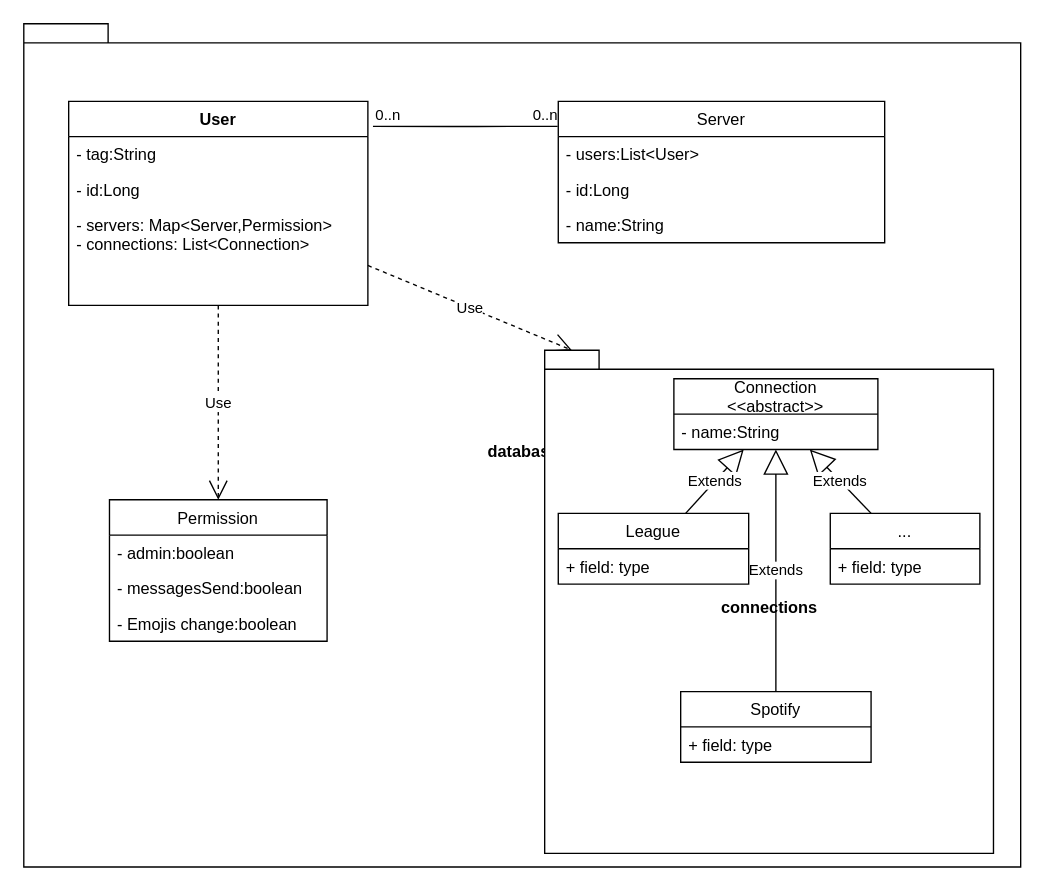
Above: documents/database/data.drawio in Sowasvonbot/CDB (draw.io), before the change. Source tidied: cells renumbered, new cells numbered last; positions are measured from the earlier drawing's top-left corner, leaving out a move shared by most shapes. Both pictures are drawn from the tidied source at 136%, with x=0, y=0 at pixel (23, 23).
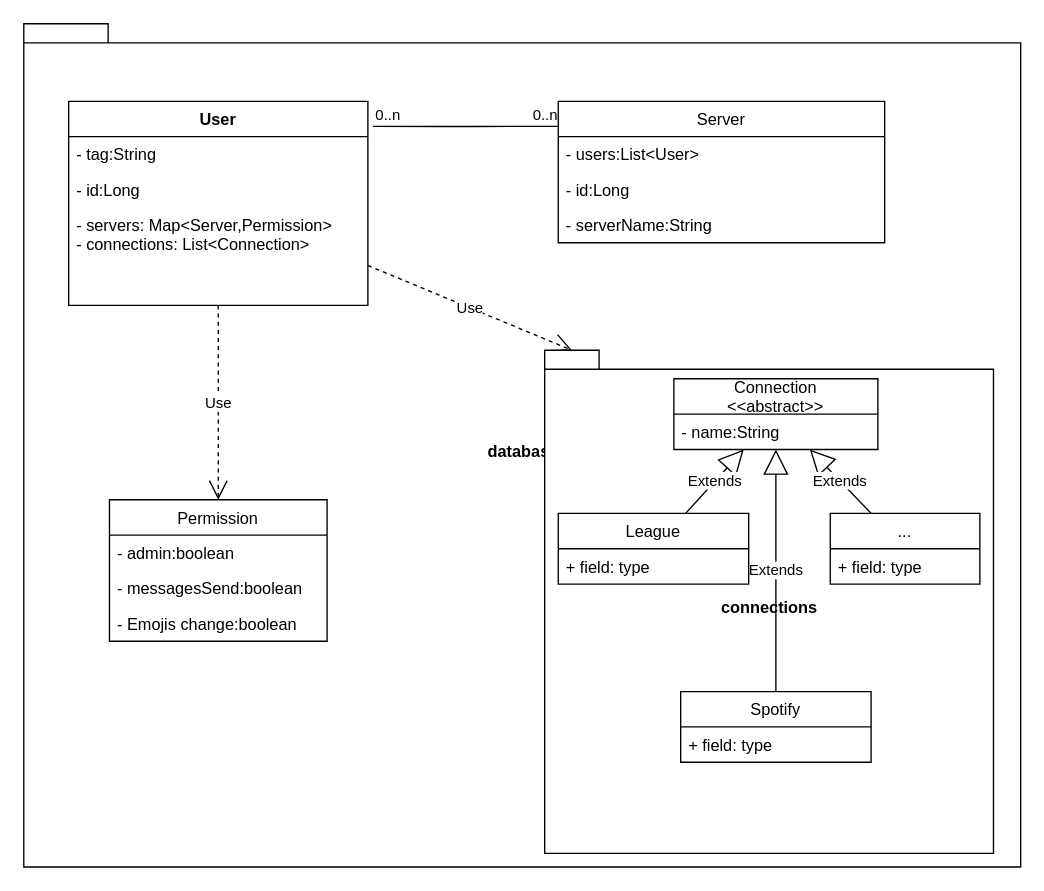
Above is the later version.

Unchanged cells that the change refers to:
```xml
<mxCell id="16" value="Server" style="swimlane;fontStyle=0;horizontal=1;startSize=26;fillColor=none;" parent="1" vertex="1">
  <mxGeometry x="393" y="57" width="240" height="104" as="geometry" />
</mxCell>
```

Change to the diagram source:
```diff
@@
-    <mxCell id="19" value="- name:String" style="text;strokeColor=none;fillColor=none;align=left;verticalAlign=top;spacingLeft=4;spacingRight=4;overflow=hidden;" parent="16" vertex="1">
+    <mxCell id="19" value="- serverName:String" style="text;strokeColor=none;fillColor=none;align=left;verticalAlign=top;spacingLeft=4;spacingRight=4;overflow=hidden;" parent="16" vertex="1">
       <mxGeometry y="78" width="240" height="26" as="geometry" />
     </mxCell>
```
